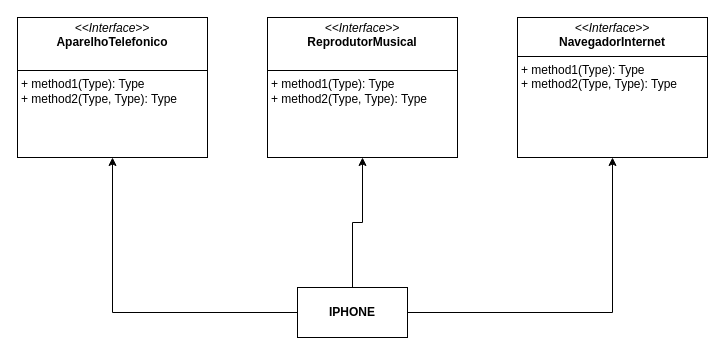
Above: Diagrama sem nome.drawio in ViniciusSchmitzMartins/dio-desafio-POO (draw.io), before the change. Source tidied: cells renumbered, new cells numbered last; positions are measured from the earlier drawing's top-left corner, leaving out a move shared by most shapes. Both pictures are drawn from the tidied source at 100%, with x=0, y=0 at pixel (17, 17).
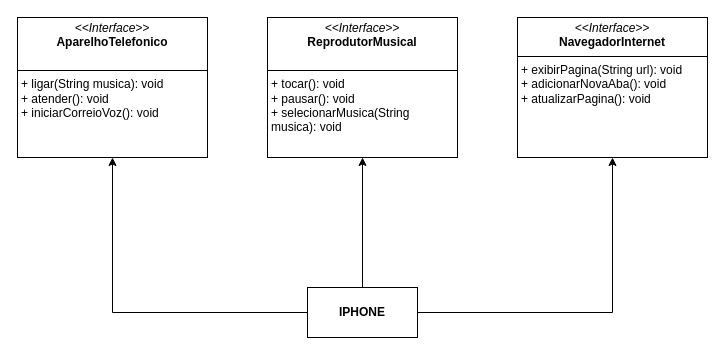
The same diagram, later.

Change to the diagram source:
```diff
@@
 <mxGraphModel>
   <root>
     <mxCell id="0" />
     <mxCell id="1" parent="0" />
-    <mxCell id="2" value="&lt;p style=&quot;margin:0px;margin-top:4px;text-align:center;&quot;&gt;&lt;i&gt;&amp;lt;&amp;lt;Interface&amp;gt;&amp;gt;&lt;/i&gt;&lt;br&gt;&lt;b&gt;AparelhoTelefonico&lt;/b&gt;&lt;br&gt;&lt;/p&gt;&lt;p style=&quot;margin:0px;margin-left:4px;&quot;&gt;&lt;br&gt;&lt;/p&gt;&lt;hr size=&quot;1&quot; style=&quot;border-style:solid;&quot;&gt;&lt;p style=&quot;margin:0px;margin-left:4px;&quot;&gt;+ method1(Type): Type&lt;br&gt;+ method2(Type, Type): Type&lt;/p&gt;" style="verticalAlign=top;align=left;overflow=fill;html=1;whiteSpace=wrap;" parent="1" vertex="1">
+    <mxCell id="2" value="&lt;p style=&quot;margin:0px;margin-top:4px;text-align:center;&quot;&gt;&lt;i&gt;&amp;lt;&amp;lt;Interface&amp;gt;&amp;gt;&lt;/i&gt;&lt;br&gt;&lt;b&gt;AparelhoTelefonico&lt;/b&gt;&lt;br&gt;&lt;/p&gt;&lt;p style=&quot;margin:0px;margin-left:4px;&quot;&gt;&lt;br&gt;&lt;/p&gt;&lt;hr size=&quot;1&quot; style=&quot;border-style:solid;&quot;&gt;&lt;p style=&quot;margin:0px;margin-left:4px;&quot;&gt;+ ligar(String musica): void&lt;br&gt;+ atender(): void&lt;/p&gt;&lt;p style=&quot;margin:0px;margin-left:4px;&quot;&gt;+ iniciarCorreioVoz(): void&lt;/p&gt;" style="verticalAlign=top;align=left;overflow=fill;html=1;whiteSpace=wrap;" parent="1" vertex="1">
       <mxGeometry width="190" height="140" as="geometry" />
     </mxCell>
-    <mxCell id="3" value="&lt;p style=&quot;margin:0px;margin-top:4px;text-align:center;&quot;&gt;&lt;i&gt;&amp;lt;&amp;lt;Interface&amp;gt;&amp;gt;&lt;/i&gt;&lt;br&gt;&lt;b&gt;ReprodutorMusical&lt;/b&gt;&lt;br&gt;&lt;/p&gt;&lt;p style=&quot;margin:0px;margin-left:4px;&quot;&gt;&lt;br&gt;&lt;/p&gt;&lt;hr size=&quot;1&quot; style=&quot;border-style:solid;&quot;&gt;&lt;p style=&quot;margin:0px;margin-left:4px;&quot;&gt;+ method1(Type): Type&lt;br&gt;+ method2(Type, Type): Type&lt;/p&gt;" style="verticalAlign=top;align=left;overflow=fill;html=1;whiteSpace=wrap;" parent="1" vertex="1">
+    <mxCell id="3" value="&lt;p style=&quot;margin:0px;margin-top:4px;text-align:center;&quot;&gt;&lt;i&gt;&amp;lt;&amp;lt;Interface&amp;gt;&amp;gt;&lt;/i&gt;&lt;br&gt;&lt;b&gt;ReprodutorMusical&lt;/b&gt;&lt;br&gt;&lt;/p&gt;&lt;p style=&quot;margin:0px;margin-left:4px;&quot;&gt;&lt;br&gt;&lt;/p&gt;&lt;hr size=&quot;1&quot; style=&quot;border-style:solid;&quot;&gt;&lt;p style=&quot;margin:0px;margin-left:4px;&quot;&gt;+ tocar(): void&lt;br&gt;+ pausar(): void&lt;/p&gt;&lt;p style=&quot;margin:0px;margin-left:4px;&quot;&gt;+ selecionarMusica(String musica): void&lt;/p&gt;" style="verticalAlign=top;align=left;overflow=fill;html=1;whiteSpace=wrap;" parent="1" vertex="1">
       <mxGeometry x="250" width="190" height="140" as="geometry" />
     </mxCell>
-    <mxCell id="4" value="&lt;p style=&quot;margin:0px;margin-top:4px;text-align:center;&quot;&gt;&lt;i&gt;&amp;lt;&amp;lt;Interface&amp;gt;&amp;gt;&lt;/i&gt;&lt;br&gt;&lt;b&gt;NavegadorInternet&lt;/b&gt;&lt;br&gt;&lt;/p&gt;&lt;hr size=&quot;1&quot; style=&quot;border-style:solid;&quot;&gt;&lt;p style=&quot;margin:0px;margin-left:4px;&quot;&gt;&lt;/p&gt;&lt;p style=&quot;margin:0px;margin-left:4px;&quot;&gt;&lt;span style=&quot;background-color: initial;&quot;&gt;+ method1(Type): Type&lt;/span&gt;&lt;br&gt;&lt;/p&gt;&lt;p style=&quot;margin:0px;margin-left:4px;&quot;&gt;+ method2(Type, Type): Type&lt;/p&gt;" style="verticalAlign=top;align=left;overflow=fill;html=1;whiteSpace=wrap;" parent="1" vertex="1">
+    <mxCell id="4" value="&lt;p style=&quot;margin:0px;margin-top:4px;text-align:center;&quot;&gt;&lt;i&gt;&amp;lt;&amp;lt;Interface&amp;gt;&amp;gt;&lt;/i&gt;&lt;br&gt;&lt;b&gt;NavegadorInternet&lt;/b&gt;&lt;br&gt;&lt;/p&gt;&lt;hr size=&quot;1&quot; style=&quot;border-style:solid;&quot;&gt;&lt;p style=&quot;margin:0px;margin-left:4px;&quot;&gt;&lt;/p&gt;&lt;p style=&quot;margin:0px;margin-left:4px;&quot;&gt;&lt;span style=&quot;background-color: initial;&quot;&gt;+ exibirPagina(String url): void&lt;/span&gt;&lt;br&gt;&lt;/p&gt;&lt;p style=&quot;margin:0px;margin-left:4px;&quot;&gt;+ adicionarNovaAba(): void&lt;/p&gt;&lt;p style=&quot;margin:0px;margin-left:4px;&quot;&gt;+ atualizarPagina(): void&lt;/p&gt;&lt;p style=&quot;margin:0px;margin-left:4px;&quot;&gt;&lt;br&gt;&lt;/p&gt;" style="verticalAlign=top;align=left;overflow=fill;html=1;whiteSpace=wrap;" parent="1" vertex="1">
       <mxGeometry x="500" width="190" height="140" as="geometry" />
     </mxCell>
     <mxCell id="5" style="edgeStyle=orthogonalEdgeStyle;rounded=0;jettySize=auto;html=1;entryX=0.5;entryY=1;entryDx=0;entryDy=0;" parent="1" edge="1" source="8" target="2">
       <mxGeometry relative="1" as="geometry" />
     </mxCell>
     <mxCell id="6" style="edgeStyle=orthogonalEdgeStyle;rounded=0;jettySize=auto;html=1;" parent="1" edge="1" source="8" target="4">
       <mxGeometry relative="1" as="geometry" />
     </mxCell>
     <mxCell id="7" style="edgeStyle=orthogonalEdgeStyle;rounded=0;jettySize=auto;html=1;" parent="1" edge="1" source="8" target="3">
       <mxGeometry relative="1" as="geometry" />
     </mxCell>
     <mxCell id="8" value="&lt;b&gt;IPHONE&lt;/b&gt;" style="html=1;whiteSpace=wrap;" parent="1" vertex="1">
-      <mxGeometry x="280" y="270" width="110" height="50" as="geometry" />
+      <mxGeometry x="290" y="270" width="110" height="50" as="geometry" />
     </mxCell>
   </root>
 </mxGraphModel>
```
